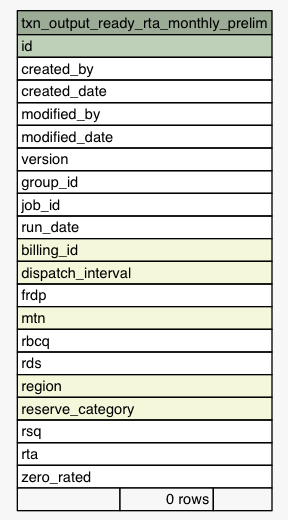
This is Data/settlement/diagrams/summary/txn_output_ready_rta_monthly_prelim.1degree.png from eyana-m/python-data-dictionary-writer, a Graphviz export, as it was before one commit. Its source is kept beside it as Data/settlement/diagrams/summary/txn_output_ready_rta_monthly_prelim.1degree.dot.
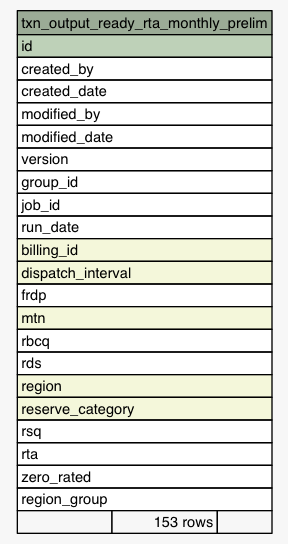
After the commit.

The edit, as a diff of the source:
```diff
@@ -39,7 +39,8 @@
       <TR><TD PORT="rsq" COLSPAN="3" ALIGN="LEFT">rsq</TD></TR>
       <TR><TD PORT="rta" COLSPAN="3" ALIGN="LEFT">rta</TD></TR>
       <TR><TD PORT="zero_rated" COLSPAN="3" ALIGN="LEFT">zero_rated</TD></TR>
-      <TR><TD ALIGN="LEFT" BGCOLOR="#f7f7f7">  </TD><TD ALIGN="RIGHT" BGCOLOR="#f7f7f7">0 rows</TD><TD ALIGN="RIGHT" BGCOLOR="#f7f7f7">  </TD></TR>
+      <TR><TD PORT="region_group" COLSPAN="3" ALIGN="LEFT">region_group</TD></TR>
+      <TR><TD ALIGN="LEFT" BGCOLOR="#f7f7f7">  </TD><TD ALIGN="RIGHT" BGCOLOR="#f7f7f7">153 rows</TD><TD ALIGN="RIGHT" BGCOLOR="#f7f7f7">  </TD></TR>
     </TABLE>>
     URL="tables/txn_output_ready_rta_monthly_prelim.html"
     tooltip="txn_output_ready_rta_monthly_prelim"
```
